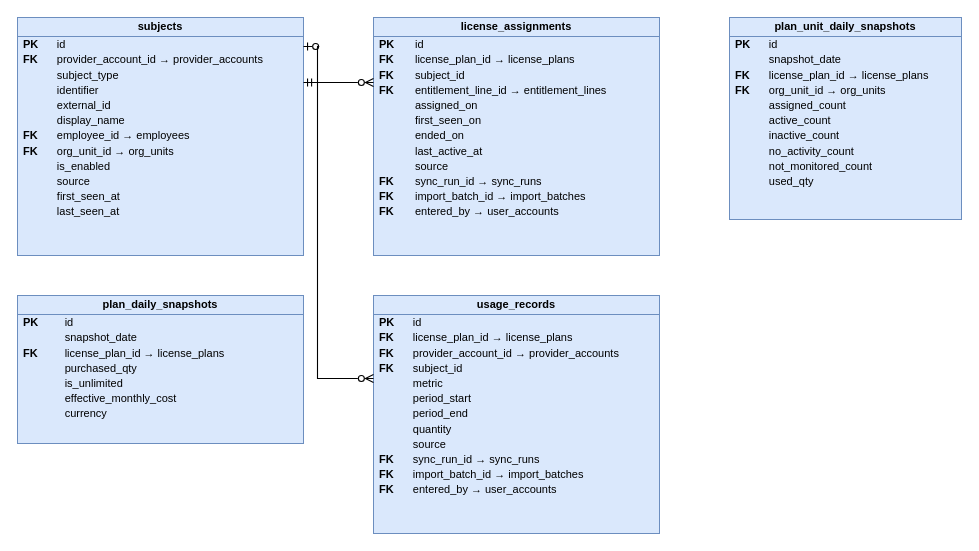
This is docs/database/diagrams/erd_holders_usage.drawio from cuonglpv/VFast, a draw.io file, before an edit. Source tidied: cells renumbered, new cells numbered last; positions are measured from the earlier drawing's top-left corner, leaving out a move shared by most shapes. Both pictures are drawn from the tidied source at 100%, with x=0, y=0 at pixel (17, 17).
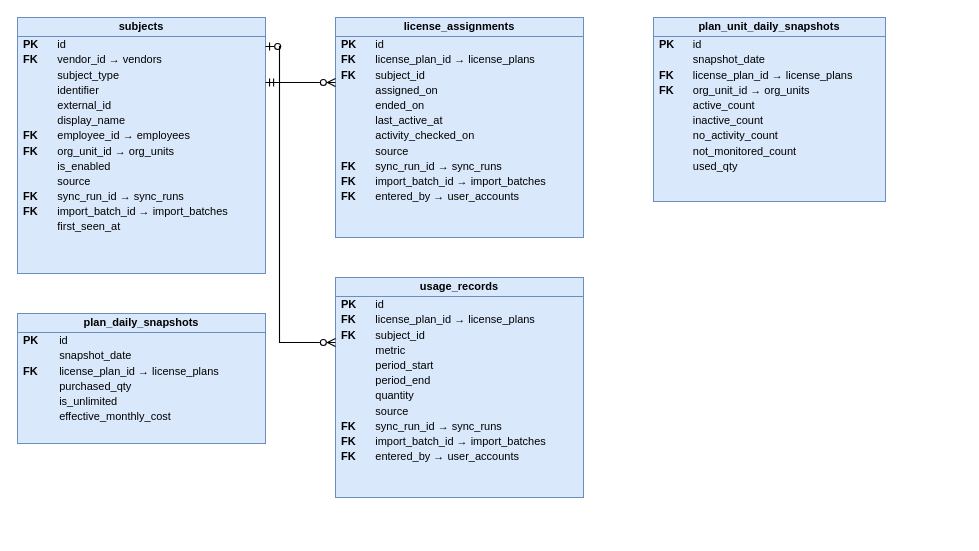
The same diagram, later.

What changed in the source:
```diff
@@
 <mxGraphModel>
   <root>
     <mxCell id="0" />
     <mxCell id="1" parent="0" />
-    <mxCell id="2" value="&lt;div style=&quot;font-weight:bold;text-align:center;padding:3px 0;border-bottom:1px solid #6C8EBF;&quot;&gt;subjects&lt;/div&gt;&lt;table style=&quot;width:100%;font-size:11px;border-collapse:collapse;&quot;&gt;&lt;tr&gt;&lt;td style=&quot;padding:1px 8px 1px 6px;&quot;&gt;&lt;b&gt;PK&lt;/b&gt;&lt;/td&gt;&lt;td style=&quot;padding:1px 6px;&quot;&gt;id&lt;/td&gt;&lt;/tr&gt;&lt;tr&gt;&lt;td style=&quot;padding:1px 8px 1px 6px;&quot;&gt;&lt;b&gt;FK&lt;/b&gt;&lt;/td&gt;&lt;td style=&quot;padding:1px 6px;&quot;&gt;provider_account_id → provider_accounts&lt;/td&gt;&lt;/tr&gt;&lt;tr&gt;&lt;td style=&quot;padding:1px 8px 1px 6px;&quot;&gt;&lt;b&gt;&lt;/b&gt;&lt;/td&gt;&lt;td style=&quot;padding:1px 6px;&quot;&gt;subject_type&lt;/td&gt;&lt;/tr&gt;&lt;tr&gt;&lt;td style=&quot;padding:1px 8px 1px 6px;&quot;&gt;&lt;b&gt;&lt;/b&gt;&lt;/td&gt;&lt;td style=&quot;padding:1px 6px;&quot;&gt;identifier&lt;/td&gt;&lt;/tr&gt;&lt;tr&gt;&lt;td style=&quot;padding:1px 8px 1px 6px;&quot;&gt;&lt;b&gt;&lt;/b&gt;&lt;/td&gt;&lt;td style=&quot;padding:1px 6px;&quot;&gt;external_id&lt;/td&gt;&lt;/tr&gt;&lt;tr&gt;&lt;td style=&quot;padding:1px 8px 1px 6px;&quot;&gt;&lt;b&gt;&lt;/b&gt;&lt;/td&gt;&lt;td style=&quot;padding:1px 6px;&quot;&gt;display_name&lt;/td&gt;&lt;/tr&gt;&lt;tr&gt;&lt;td style=&quot;padding:1px 8px 1px 6px;&quot;&gt;&lt;b&gt;FK&lt;/b&gt;&lt;/td&gt;&lt;td style=&quot;padding:1px 6px;&quot;&gt;employee_id → employees&lt;/td&gt;&lt;/tr&gt;&lt;tr&gt;&lt;td style=&quot;padding:1px 8px 1px 6px;&quot;&gt;&lt;b&gt;FK&lt;/b&gt;&lt;/td&gt;&lt;td style=&quot;padding:1px 6px;&quot;&gt;org_unit_id → org_units&lt;/td&gt;&lt;/tr&gt;&lt;tr&gt;&lt;td style=&quot;padding:1px 8px 1px 6px;&quot;&gt;&lt;b&gt;&lt;/b&gt;&lt;/td&gt;&lt;td style=&quot;padding:1px 6px;&quot;&gt;is_enabled&lt;/td&gt;&lt;/tr&gt;&lt;tr&gt;&lt;td style=&quot;padding:1px 8px 1px 6px;&quot;&gt;&lt;b&gt;&lt;/b&gt;&lt;/td&gt;&lt;td style=&quot;padding:1px 6px;&quot;&gt;source&lt;/td&gt;&lt;/tr&gt;&lt;tr&gt;&lt;td style=&quot;padding:1px 8px 1px 6px;&quot;&gt;&lt;b&gt;&lt;/b&gt;&lt;/td&gt;&lt;td style=&quot;padding:1px 6px;&quot;&gt;first_seen_at&lt;/td&gt;&lt;/tr&gt;&lt;tr&gt;&lt;td style=&quot;padding:1px 8px 1px 6px;&quot;&gt;&lt;b&gt;&lt;/b&gt;&lt;/td&gt;&lt;td style=&quot;padding:1px 6px;&quot;&gt;last_seen_at&lt;/td&gt;&lt;/tr&gt;&lt;/table&gt;" style="rounded=0;whiteSpace=wrap;html=1;verticalAlign=top;align=left;spacing=0;overflow=fill;fillColor=#DAE8FC;strokeColor=#6C8EBF;fontSize=11;" parent="1" vertex="1">
-      <mxGeometry width="286" height="238" as="geometry" />
+    <mxCell id="2" value="&lt;div style=&quot;font-weight:bold;text-align:center;padding:3px 0;border-bottom:1px solid #6C8EBF;&quot;&gt;subjects&lt;/div&gt;&lt;table style=&quot;width:100%;font-size:11px;border-collapse:collapse;&quot;&gt;&lt;tr&gt;&lt;td style=&quot;padding:1px 8px 1px 6px;&quot;&gt;&lt;b&gt;PK&lt;/b&gt;&lt;/td&gt;&lt;td style=&quot;padding:1px 6px;&quot;&gt;id&lt;/td&gt;&lt;/tr&gt;&lt;tr&gt;&lt;td style=&quot;padding:1px 8px 1px 6px;&quot;&gt;&lt;b&gt;FK&lt;/b&gt;&lt;/td&gt;&lt;td style=&quot;padding:1px 6px;&quot;&gt;vendor_id → vendors&lt;/td&gt;&lt;/tr&gt;&lt;tr&gt;&lt;td style=&quot;padding:1px 8px 1px 6px;&quot;&gt;&lt;b&gt;&lt;/b&gt;&lt;/td&gt;&lt;td style=&quot;padding:1px 6px;&quot;&gt;subject_type&lt;/td&gt;&lt;/tr&gt;&lt;tr&gt;&lt;td style=&quot;padding:1px 8px 1px 6px;&quot;&gt;&lt;b&gt;&lt;/b&gt;&lt;/td&gt;&lt;td style=&quot;padding:1px 6px;&quot;&gt;identifier&lt;/td&gt;&lt;/tr&gt;&lt;tr&gt;&lt;td style=&quot;padding:1px 8px 1px 6px;&quot;&gt;&lt;b&gt;&lt;/b&gt;&lt;/td&gt;&lt;td style=&quot;padding:1px 6px;&quot;&gt;external_id&lt;/td&gt;&lt;/tr&gt;&lt;tr&gt;&lt;td style=&quot;padding:1px 8px 1px 6px;&quot;&gt;&lt;b&gt;&lt;/b&gt;&lt;/td&gt;&lt;td style=&quot;padding:1px 6px;&quot;&gt;display_name&lt;/td&gt;&lt;/tr&gt;&lt;tr&gt;&lt;td style=&quot;padding:1px 8px 1px 6px;&quot;&gt;&lt;b&gt;FK&lt;/b&gt;&lt;/td&gt;&lt;td style=&quot;padding:1px 6px;&quot;&gt;employee_id → employees&lt;/td&gt;&lt;/tr&gt;&lt;tr&gt;&lt;td style=&quot;padding:1px 8px 1px 6px;&quot;&gt;&lt;b&gt;FK&lt;/b&gt;&lt;/td&gt;&lt;td style=&quot;padding:1px 6px;&quot;&gt;org_unit_id → org_units&lt;/td&gt;&lt;/tr&gt;&lt;tr&gt;&lt;td style=&quot;padding:1px 8px 1px 6px;&quot;&gt;&lt;b&gt;&lt;/b&gt;&lt;/td&gt;&lt;td style=&quot;padding:1px 6px;&quot;&gt;is_enabled&lt;/td&gt;&lt;/tr&gt;&lt;tr&gt;&lt;td style=&quot;padding:1px 8px 1px 6px;&quot;&gt;&lt;b&gt;&lt;/b&gt;&lt;/td&gt;&lt;td style=&quot;padding:1px 6px;&quot;&gt;source&lt;/td&gt;&lt;/tr&gt;&lt;tr&gt;&lt;td style=&quot;padding:1px 8px 1px 6px;&quot;&gt;&lt;b&gt;FK&lt;/b&gt;&lt;/td&gt;&lt;td style=&quot;padding:1px 6px;&quot;&gt;sync_run_id → sync_runs&lt;/td&gt;&lt;/tr&gt;&lt;tr&gt;&lt;td style=&quot;padding:1px 8px 1px 6px;&quot;&gt;&lt;b&gt;FK&lt;/b&gt;&lt;/td&gt;&lt;td style=&quot;padding:1px 6px;&quot;&gt;import_batch_id → import_batches&lt;/td&gt;&lt;/tr&gt;&lt;tr&gt;&lt;td style=&quot;padding:1px 8px 1px 6px;&quot;&gt;&lt;b&gt;&lt;/b&gt;&lt;/td&gt;&lt;td style=&quot;padding:1px 6px;&quot;&gt;first_seen_at&lt;/td&gt;&lt;/tr&gt;&lt;/table&gt;" style="rounded=0;whiteSpace=wrap;html=1;verticalAlign=top;align=left;spacing=0;overflow=fill;fillColor=#DAE8FC;strokeColor=#6C8EBF;fontSize=11;" parent="1" vertex="1">
+      <mxGeometry width="248" height="256" as="geometry" />
     </mxCell>
-    <mxCell id="3" value="&lt;div style=&quot;font-weight:bold;text-align:center;padding:3px 0;border-bottom:1px solid #6C8EBF;&quot;&gt;plan_daily_snapshots&lt;/div&gt;&lt;table style=&quot;width:100%;font-size:11px;border-collapse:collapse;&quot;&gt;&lt;tr&gt;&lt;td style=&quot;padding:1px 8px 1px 6px;&quot;&gt;&lt;b&gt;PK&lt;/b&gt;&lt;/td&gt;&lt;td style=&quot;padding:1px 6px;&quot;&gt;id&lt;/td&gt;&lt;/tr&gt;&lt;tr&gt;&lt;td style=&quot;padding:1px 8px 1px 6px;&quot;&gt;&lt;b&gt;&lt;/b&gt;&lt;/td&gt;&lt;td style=&quot;padding:1px 6px;&quot;&gt;snapshot_date&lt;/td&gt;&lt;/tr&gt;&lt;tr&gt;&lt;td style=&quot;padding:1px 8px 1px 6px;&quot;&gt;&lt;b&gt;FK&lt;/b&gt;&lt;/td&gt;&lt;td style=&quot;padding:1px 6px;&quot;&gt;license_plan_id → license_plans&lt;/td&gt;&lt;/tr&gt;&lt;tr&gt;&lt;td style=&quot;padding:1px 8px 1px 6px;&quot;&gt;&lt;b&gt;&lt;/b&gt;&lt;/td&gt;&lt;td style=&quot;padding:1px 6px;&quot;&gt;purchased_qty&lt;/td&gt;&lt;/tr&gt;&lt;tr&gt;&lt;td style=&quot;padding:1px 8px 1px 6px;&quot;&gt;&lt;b&gt;&lt;/b&gt;&lt;/td&gt;&lt;td style=&quot;padding:1px 6px;&quot;&gt;is_unlimited&lt;/td&gt;&lt;/tr&gt;&lt;tr&gt;&lt;td style=&quot;padding:1px 8px 1px 6px;&quot;&gt;&lt;b&gt;&lt;/b&gt;&lt;/td&gt;&lt;td style=&quot;padding:1px 6px;&quot;&gt;effective_monthly_cost&lt;/td&gt;&lt;/tr&gt;&lt;tr&gt;&lt;td style=&quot;padding:1px 8px 1px 6px;&quot;&gt;&lt;b&gt;&lt;/b&gt;&lt;/td&gt;&lt;td style=&quot;padding:1px 6px;&quot;&gt;currency&lt;/td&gt;&lt;/tr&gt;&lt;/table&gt;" style="rounded=0;whiteSpace=wrap;html=1;verticalAlign=top;align=left;spacing=0;overflow=fill;fillColor=#DAE8FC;strokeColor=#6C8EBF;fontSize=11;" parent="1" vertex="1">
-      <mxGeometry y="278" width="286" height="148" as="geometry" />
+    <mxCell id="3" value="&lt;div style=&quot;font-weight:bold;text-align:center;padding:3px 0;border-bottom:1px solid #6C8EBF;&quot;&gt;plan_daily_snapshots&lt;/div&gt;&lt;table style=&quot;width:100%;font-size:11px;border-collapse:collapse;&quot;&gt;&lt;tr&gt;&lt;td style=&quot;padding:1px 8px 1px 6px;&quot;&gt;&lt;b&gt;PK&lt;/b&gt;&lt;/td&gt;&lt;td style=&quot;padding:1px 6px;&quot;&gt;id&lt;/td&gt;&lt;/tr&gt;&lt;tr&gt;&lt;td style=&quot;padding:1px 8px 1px 6px;&quot;&gt;&lt;b&gt;&lt;/b&gt;&lt;/td&gt;&lt;td style=&quot;padding:1px 6px;&quot;&gt;snapshot_date&lt;/td&gt;&lt;/tr&gt;&lt;tr&gt;&lt;td style=&quot;padding:1px 8px 1px 6px;&quot;&gt;&lt;b&gt;FK&lt;/b&gt;&lt;/td&gt;&lt;td style=&quot;padding:1px 6px;&quot;&gt;license_plan_id → license_plans&lt;/td&gt;&lt;/tr&gt;&lt;tr&gt;&lt;td style=&quot;padding:1px 8px 1px 6px;&quot;&gt;&lt;b&gt;&lt;/b&gt;&lt;/td&gt;&lt;td style=&quot;padding:1px 6px;&quot;&gt;purchased_qty&lt;/td&gt;&lt;/tr&gt;&lt;tr&gt;&lt;td style=&quot;padding:1px 8px 1px 6px;&quot;&gt;&lt;b&gt;&lt;/b&gt;&lt;/td&gt;&lt;td style=&quot;padding:1px 6px;&quot;&gt;is_unlimited&lt;/td&gt;&lt;/tr&gt;&lt;tr&gt;&lt;td style=&quot;padding:1px 8px 1px 6px;&quot;&gt;&lt;b&gt;&lt;/b&gt;&lt;/td&gt;&lt;td style=&quot;padding:1px 6px;&quot;&gt;effective_monthly_cost&lt;/td&gt;&lt;/tr&gt;&lt;/table&gt;" style="rounded=0;whiteSpace=wrap;html=1;verticalAlign=top;align=left;spacing=0;overflow=fill;fillColor=#DAE8FC;strokeColor=#6C8EBF;fontSize=11;" parent="1" vertex="1">
+      <mxGeometry y="296" width="248" height="130" as="geometry" />
     </mxCell>
-    <mxCell id="4" value="&lt;div style=&quot;font-weight:bold;text-align:center;padding:3px 0;border-bottom:1px solid #6C8EBF;&quot;&gt;license_assignments&lt;/div&gt;&lt;table style=&quot;width:100%;font-size:11px;border-collapse:collapse;&quot;&gt;&lt;tr&gt;&lt;td style=&quot;padding:1px 8px 1px 6px;&quot;&gt;&lt;b&gt;PK&lt;/b&gt;&lt;/td&gt;&lt;td style=&quot;padding:1px 6px;&quot;&gt;id&lt;/td&gt;&lt;/tr&gt;&lt;tr&gt;&lt;td style=&quot;padding:1px 8px 1px 6px;&quot;&gt;&lt;b&gt;FK&lt;/b&gt;&lt;/td&gt;&lt;td style=&quot;padding:1px 6px;&quot;&gt;license_plan_id → license_plans&lt;/td&gt;&lt;/tr&gt;&lt;tr&gt;&lt;td style=&quot;padding:1px 8px 1px 6px;&quot;&gt;&lt;b&gt;FK&lt;/b&gt;&lt;/td&gt;&lt;td style=&quot;padding:1px 6px;&quot;&gt;subject_id&lt;/td&gt;&lt;/tr&gt;&lt;tr&gt;&lt;td style=&quot;padding:1px 8px 1px 6px;&quot;&gt;&lt;b&gt;FK&lt;/b&gt;&lt;/td&gt;&lt;td style=&quot;padding:1px 6px;&quot;&gt;entitlement_line_id → entitlement_lines&lt;/td&gt;&lt;/tr&gt;&lt;tr&gt;&lt;td style=&quot;padding:1px 8px 1px 6px;&quot;&gt;&lt;b&gt;&lt;/b&gt;&lt;/td&gt;&lt;td style=&quot;padding:1px 6px;&quot;&gt;assigned_on&lt;/td&gt;&lt;/tr&gt;&lt;tr&gt;&lt;td style=&quot;padding:1px 8px 1px 6px;&quot;&gt;&lt;b&gt;&lt;/b&gt;&lt;/td&gt;&lt;td style=&quot;padding:1px 6px;&quot;&gt;first_seen_on&lt;/td&gt;&lt;/tr&gt;&lt;tr&gt;&lt;td style=&quot;padding:1px 8px 1px 6px;&quot;&gt;&lt;b&gt;&lt;/b&gt;&lt;/td&gt;&lt;td style=&quot;padding:1px 6px;&quot;&gt;ended_on&lt;/td&gt;&lt;/tr&gt;&lt;tr&gt;&lt;td style=&quot;padding:1px 8px 1px 6px;&quot;&gt;&lt;b&gt;&lt;/b&gt;&lt;/td&gt;&lt;td style=&quot;padding:1px 6px;&quot;&gt;last_active_at&lt;/td&gt;&lt;/tr&gt;&lt;tr&gt;&lt;td style=&quot;padding:1px 8px 1px 6px;&quot;&gt;&lt;b&gt;&lt;/b&gt;&lt;/td&gt;&lt;td style=&quot;padding:1px 6px;&quot;&gt;source&lt;/td&gt;&lt;/tr&gt;&lt;tr&gt;&lt;td style=&quot;padding:1px 8px 1px 6px;&quot;&gt;&lt;b&gt;FK&lt;/b&gt;&lt;/td&gt;&lt;td style=&quot;padding:1px 6px;&quot;&gt;sync_run_id → sync_runs&lt;/td&gt;&lt;/tr&gt;&lt;tr&gt;&lt;td style=&quot;padding:1px 8px 1px 6px;&quot;&gt;&lt;b&gt;FK&lt;/b&gt;&lt;/td&gt;&lt;td style=&quot;padding:1px 6px;&quot;&gt;import_batch_id → import_batches&lt;/td&gt;&lt;/tr&gt;&lt;tr&gt;&lt;td style=&quot;padding:1px 8px 1px 6px;&quot;&gt;&lt;b&gt;FK&lt;/b&gt;&lt;/td&gt;&lt;td style=&quot;padding:1px 6px;&quot;&gt;entered_by → user_accounts&lt;/td&gt;&lt;/tr&gt;&lt;/table&gt;" style="rounded=0;whiteSpace=wrap;html=1;verticalAlign=top;align=left;spacing=0;overflow=fill;fillColor=#DAE8FC;strokeColor=#6C8EBF;fontSize=11;" parent="1" vertex="1">
-      <mxGeometry x="356" width="286" height="238" as="geometry" />
+    <mxCell id="4" value="&lt;div style=&quot;font-weight:bold;text-align:center;padding:3px 0;border-bottom:1px solid #6C8EBF;&quot;&gt;license_assignments&lt;/div&gt;&lt;table style=&quot;width:100%;font-size:11px;border-collapse:collapse;&quot;&gt;&lt;tr&gt;&lt;td style=&quot;padding:1px 8px 1px 6px;&quot;&gt;&lt;b&gt;PK&lt;/b&gt;&lt;/td&gt;&lt;td style=&quot;padding:1px 6px;&quot;&gt;id&lt;/td&gt;&lt;/tr&gt;&lt;tr&gt;&lt;td style=&quot;padding:1px 8px 1px 6px;&quot;&gt;&lt;b&gt;FK&lt;/b&gt;&lt;/td&gt;&lt;td style=&quot;padding:1px 6px;&quot;&gt;license_plan_id → license_plans&lt;/td&gt;&lt;/tr&gt;&lt;tr&gt;&lt;td style=&quot;padding:1px 8px 1px 6px;&quot;&gt;&lt;b&gt;FK&lt;/b&gt;&lt;/td&gt;&lt;td style=&quot;padding:1px 6px;&quot;&gt;subject_id&lt;/td&gt;&lt;/tr&gt;&lt;tr&gt;&lt;td style=&quot;padding:1px 8px 1px 6px;&quot;&gt;&lt;b&gt;&lt;/b&gt;&lt;/td&gt;&lt;td style=&quot;padding:1px 6px;&quot;&gt;assigned_on&lt;/td&gt;&lt;/tr&gt;&lt;tr&gt;&lt;td style=&quot;padding:1px 8px 1px 6px;&quot;&gt;&lt;b&gt;&lt;/b&gt;&lt;/td&gt;&lt;td style=&quot;padding:1px 6px;&quot;&gt;ended_on&lt;/td&gt;&lt;/tr&gt;&lt;tr&gt;&lt;td style=&quot;padding:1px 8px 1px 6px;&quot;&gt;&lt;b&gt;&lt;/b&gt;&lt;/td&gt;&lt;td style=&quot;padding:1px 6px;&quot;&gt;last_active_at&lt;/td&gt;&lt;/tr&gt;&lt;tr&gt;&lt;td style=&quot;padding:1px 8px 1px 6px;&quot;&gt;&lt;b&gt;&lt;/b&gt;&lt;/td&gt;&lt;td style=&quot;padding:1px 6px;&quot;&gt;activity_checked_on&lt;/td&gt;&lt;/tr&gt;&lt;tr&gt;&lt;td style=&quot;padding:1px 8px 1px 6px;&quot;&gt;&lt;b&gt;&lt;/b&gt;&lt;/td&gt;&lt;td style=&quot;padding:1px 6px;&quot;&gt;source&lt;/td&gt;&lt;/tr&gt;&lt;tr&gt;&lt;td style=&quot;padding:1px 8px 1px 6px;&quot;&gt;&lt;b&gt;FK&lt;/b&gt;&lt;/td&gt;&lt;td style=&quot;padding:1px 6px;&quot;&gt;sync_run_id → sync_runs&lt;/td&gt;&lt;/tr&gt;&lt;tr&gt;&lt;td style=&quot;padding:1px 8px 1px 6px;&quot;&gt;&lt;b&gt;FK&lt;/b&gt;&lt;/td&gt;&lt;td style=&quot;padding:1px 6px;&quot;&gt;import_batch_id → import_batches&lt;/td&gt;&lt;/tr&gt;&lt;tr&gt;&lt;td style=&quot;padding:1px 8px 1px 6px;&quot;&gt;&lt;b&gt;FK&lt;/b&gt;&lt;/td&gt;&lt;td style=&quot;padding:1px 6px;&quot;&gt;entered_by → user_accounts&lt;/td&gt;&lt;/tr&gt;&lt;/table&gt;" style="rounded=0;whiteSpace=wrap;html=1;verticalAlign=top;align=left;spacing=0;overflow=fill;fillColor=#DAE8FC;strokeColor=#6C8EBF;fontSize=11;" parent="1" vertex="1">
+      <mxGeometry x="318" width="248" height="220" as="geometry" />
     </mxCell>
-    <mxCell id="5" value="&lt;div style=&quot;font-weight:bold;text-align:center;padding:3px 0;border-bottom:1px solid #6C8EBF;&quot;&gt;usage_records&lt;/div&gt;&lt;table style=&quot;width:100%;font-size:11px;border-collapse:collapse;&quot;&gt;&lt;tr&gt;&lt;td style=&quot;padding:1px 8px 1px 6px;&quot;&gt;&lt;b&gt;PK&lt;/b&gt;&lt;/td&gt;&lt;td style=&quot;padding:1px 6px;&quot;&gt;id&lt;/td&gt;&lt;/tr&gt;&lt;tr&gt;&lt;td style=&quot;padding:1px 8px 1px 6px;&quot;&gt;&lt;b&gt;FK&lt;/b&gt;&lt;/td&gt;&lt;td style=&quot;padding:1px 6px;&quot;&gt;license_plan_id → license_plans&lt;/td&gt;&lt;/tr&gt;&lt;tr&gt;&lt;td style=&quot;padding:1px 8px 1px 6px;&quot;&gt;&lt;b&gt;FK&lt;/b&gt;&lt;/td&gt;&lt;td style=&quot;padding:1px 6px;&quot;&gt;provider_account_id → provider_accounts&lt;/td&gt;&lt;/tr&gt;&lt;tr&gt;&lt;td style=&quot;padding:1px 8px 1px 6px;&quot;&gt;&lt;b&gt;FK&lt;/b&gt;&lt;/td&gt;&lt;td style=&quot;padding:1px 6px;&quot;&gt;subject_id&lt;/td&gt;&lt;/tr&gt;&lt;tr&gt;&lt;td style=&quot;padding:1px 8px 1px 6px;&quot;&gt;&lt;b&gt;&lt;/b&gt;&lt;/td&gt;&lt;td style=&quot;padding:1px 6px;&quot;&gt;metric&lt;/td&gt;&lt;/tr&gt;&lt;tr&gt;&lt;td style=&quot;padding:1px 8px 1px 6px;&quot;&gt;&lt;b&gt;&lt;/b&gt;&lt;/td&gt;&lt;td style=&quot;padding:1px 6px;&quot;&gt;period_start&lt;/td&gt;&lt;/tr&gt;&lt;tr&gt;&lt;td style=&quot;padding:1px 8px 1px 6px;&quot;&gt;&lt;b&gt;&lt;/b&gt;&lt;/td&gt;&lt;td style=&quot;padding:1px 6px;&quot;&gt;period_end&lt;/td&gt;&lt;/tr&gt;&lt;tr&gt;&lt;td style=&quot;padding:1px 8px 1px 6px;&quot;&gt;&lt;b&gt;&lt;/b&gt;&lt;/td&gt;&lt;td style=&quot;padding:1px 6px;&quot;&gt;quantity&lt;/td&gt;&lt;/tr&gt;&lt;tr&gt;&lt;td style=&quot;padding:1px 8px 1px 6px;&quot;&gt;&lt;b&gt;&lt;/b&gt;&lt;/td&gt;&lt;td style=&quot;padding:1px 6px;&quot;&gt;source&lt;/td&gt;&lt;/tr&gt;&lt;tr&gt;&lt;td style=&quot;padding:1px 8px 1px 6px;&quot;&gt;&lt;b&gt;FK&lt;/b&gt;&lt;/td&gt;&lt;td style=&quot;padding:1px 6px;&quot;&gt;sync_run_id → sync_runs&lt;/td&gt;&lt;/tr&gt;&lt;tr&gt;&lt;td style=&quot;padding:1px 8px 1px 6px;&quot;&gt;&lt;b&gt;FK&lt;/b&gt;&lt;/td&gt;&lt;td style=&quot;padding:1px 6px;&quot;&gt;import_batch_id → import_batches&lt;/td&gt;&lt;/tr&gt;&lt;tr&gt;&lt;td style=&quot;padding:1px 8px 1px 6px;&quot;&gt;&lt;b&gt;FK&lt;/b&gt;&lt;/td&gt;&lt;td style=&quot;padding:1px 6px;&quot;&gt;entered_by → user_accounts&lt;/td&gt;&lt;/tr&gt;&lt;/table&gt;" style="rounded=0;whiteSpace=wrap;html=1;verticalAlign=top;align=left;spacing=0;overflow=fill;fillColor=#DAE8FC;strokeColor=#6C8EBF;fontSize=11;" parent="1" vertex="1">
-      <mxGeometry x="356" y="278" width="286" height="238" as="geometry" />
+    <mxCell id="5" value="&lt;div style=&quot;font-weight:bold;text-align:center;padding:3px 0;border-bottom:1px solid #6C8EBF;&quot;&gt;usage_records&lt;/div&gt;&lt;table style=&quot;width:100%;font-size:11px;border-collapse:collapse;&quot;&gt;&lt;tr&gt;&lt;td style=&quot;padding:1px 8px 1px 6px;&quot;&gt;&lt;b&gt;PK&lt;/b&gt;&lt;/td&gt;&lt;td style=&quot;padding:1px 6px;&quot;&gt;id&lt;/td&gt;&lt;/tr&gt;&lt;tr&gt;&lt;td style=&quot;padding:1px 8px 1px 6px;&quot;&gt;&lt;b&gt;FK&lt;/b&gt;&lt;/td&gt;&lt;td style=&quot;padding:1px 6px;&quot;&gt;license_plan_id → license_plans&lt;/td&gt;&lt;/tr&gt;&lt;tr&gt;&lt;td style=&quot;padding:1px 8px 1px 6px;&quot;&gt;&lt;b&gt;FK&lt;/b&gt;&lt;/td&gt;&lt;td style=&quot;padding:1px 6px;&quot;&gt;subject_id&lt;/td&gt;&lt;/tr&gt;&lt;tr&gt;&lt;td style=&quot;padding:1px 8px 1px 6px;&quot;&gt;&lt;b&gt;&lt;/b&gt;&lt;/td&gt;&lt;td style=&quot;padding:1px 6px;&quot;&gt;metric&lt;/td&gt;&lt;/tr&gt;&lt;tr&gt;&lt;td style=&quot;padding:1px 8px 1px 6px;&quot;&gt;&lt;b&gt;&lt;/b&gt;&lt;/td&gt;&lt;td style=&quot;padding:1px 6px;&quot;&gt;period_start&lt;/td&gt;&lt;/tr&gt;&lt;tr&gt;&lt;td style=&quot;padding:1px 8px 1px 6px;&quot;&gt;&lt;b&gt;&lt;/b&gt;&lt;/td&gt;&lt;td style=&quot;padding:1px 6px;&quot;&gt;period_end&lt;/td&gt;&lt;/tr&gt;&lt;tr&gt;&lt;td style=&quot;padding:1px 8px 1px 6px;&quot;&gt;&lt;b&gt;&lt;/b&gt;&lt;/td&gt;&lt;td style=&quot;padding:1px 6px;&quot;&gt;quantity&lt;/td&gt;&lt;/tr&gt;&lt;tr&gt;&lt;td style=&quot;padding:1px 8px 1px 6px;&quot;&gt;&lt;b&gt;&lt;/b&gt;&lt;/td&gt;&lt;td style=&quot;padding:1px 6px;&quot;&gt;source&lt;/td&gt;&lt;/tr&gt;&lt;tr&gt;&lt;td style=&quot;padding:1px 8px 1px 6px;&quot;&gt;&lt;b&gt;FK&lt;/b&gt;&lt;/td&gt;&lt;td style=&quot;padding:1px 6px;&quot;&gt;sync_run_id → sync_runs&lt;/td&gt;&lt;/tr&gt;&lt;tr&gt;&lt;td style=&quot;padding:1px 8px 1px 6px;&quot;&gt;&lt;b&gt;FK&lt;/b&gt;&lt;/td&gt;&lt;td style=&quot;padding:1px 6px;&quot;&gt;import_batch_id → import_batches&lt;/td&gt;&lt;/tr&gt;&lt;tr&gt;&lt;td style=&quot;padding:1px 8px 1px 6px;&quot;&gt;&lt;b&gt;FK&lt;/b&gt;&lt;/td&gt;&lt;td style=&quot;padding:1px 6px;&quot;&gt;entered_by → user_accounts&lt;/td&gt;&lt;/tr&gt;&lt;/table&gt;" style="rounded=0;whiteSpace=wrap;html=1;verticalAlign=top;align=left;spacing=0;overflow=fill;fillColor=#DAE8FC;strokeColor=#6C8EBF;fontSize=11;" parent="1" vertex="1">
+      <mxGeometry x="318" y="260" width="248" height="220" as="geometry" />
     </mxCell>
-    <mxCell id="6" value="&lt;div style=&quot;font-weight:bold;text-align:center;padding:3px 0;border-bottom:1px solid #6C8EBF;&quot;&gt;plan_unit_daily_snapshots&lt;/div&gt;&lt;table style=&quot;width:100%;font-size:11px;border-collapse:collapse;&quot;&gt;&lt;tr&gt;&lt;td style=&quot;padding:1px 8px 1px 6px;&quot;&gt;&lt;b&gt;PK&lt;/b&gt;&lt;/td&gt;&lt;td style=&quot;padding:1px 6px;&quot;&gt;id&lt;/td&gt;&lt;/tr&gt;&lt;tr&gt;&lt;td style=&quot;padding:1px 8px 1px 6px;&quot;&gt;&lt;b&gt;&lt;/b&gt;&lt;/td&gt;&lt;td style=&quot;padding:1px 6px;&quot;&gt;snapshot_date&lt;/td&gt;&lt;/tr&gt;&lt;tr&gt;&lt;td style=&quot;padding:1px 8px 1px 6px;&quot;&gt;&lt;b&gt;FK&lt;/b&gt;&lt;/td&gt;&lt;td style=&quot;padding:1px 6px;&quot;&gt;license_plan_id → license_plans&lt;/td&gt;&lt;/tr&gt;&lt;tr&gt;&lt;td style=&quot;padding:1px 8px 1px 6px;&quot;&gt;&lt;b&gt;FK&lt;/b&gt;&lt;/td&gt;&lt;td style=&quot;padding:1px 6px;&quot;&gt;org_unit_id → org_units&lt;/td&gt;&lt;/tr&gt;&lt;tr&gt;&lt;td style=&quot;padding:1px 8px 1px 6px;&quot;&gt;&lt;b&gt;&lt;/b&gt;&lt;/td&gt;&lt;td style=&quot;padding:1px 6px;&quot;&gt;assigned_count&lt;/td&gt;&lt;/tr&gt;&lt;tr&gt;&lt;td style=&quot;padding:1px 8px 1px 6px;&quot;&gt;&lt;b&gt;&lt;/b&gt;&lt;/td&gt;&lt;td style=&quot;padding:1px 6px;&quot;&gt;active_count&lt;/td&gt;&lt;/tr&gt;&lt;tr&gt;&lt;td style=&quot;padding:1px 8px 1px 6px;&quot;&gt;&lt;b&gt;&lt;/b&gt;&lt;/td&gt;&lt;td style=&quot;padding:1px 6px;&quot;&gt;inactive_count&lt;/td&gt;&lt;/tr&gt;&lt;tr&gt;&lt;td style=&quot;padding:1px 8px 1px 6px;&quot;&gt;&lt;b&gt;&lt;/b&gt;&lt;/td&gt;&lt;td style=&quot;padding:1px 6px;&quot;&gt;no_activity_count&lt;/td&gt;&lt;/tr&gt;&lt;tr&gt;&lt;td style=&quot;padding:1px 8px 1px 6px;&quot;&gt;&lt;b&gt;&lt;/b&gt;&lt;/td&gt;&lt;td style=&quot;padding:1px 6px;&quot;&gt;not_monitored_count&lt;/td&gt;&lt;/tr&gt;&lt;tr&gt;&lt;td style=&quot;padding:1px 8px 1px 6px;&quot;&gt;&lt;b&gt;&lt;/b&gt;&lt;/td&gt;&lt;td style=&quot;padding:1px 6px;&quot;&gt;used_qty&lt;/td&gt;&lt;/tr&gt;&lt;/table&gt;" style="rounded=0;whiteSpace=wrap;html=1;verticalAlign=top;align=left;spacing=0;overflow=fill;fillColor=#DAE8FC;strokeColor=#6C8EBF;fontSize=11;" parent="1" vertex="1">
-      <mxGeometry x="712" width="232" height="202" as="geometry" />
+    <mxCell id="6" value="&lt;div style=&quot;font-weight:bold;text-align:center;padding:3px 0;border-bottom:1px solid #6C8EBF;&quot;&gt;plan_unit_daily_snapshots&lt;/div&gt;&lt;table style=&quot;width:100%;font-size:11px;border-collapse:collapse;&quot;&gt;&lt;tr&gt;&lt;td style=&quot;padding:1px 8px 1px 6px;&quot;&gt;&lt;b&gt;PK&lt;/b&gt;&lt;/td&gt;&lt;td style=&quot;padding:1px 6px;&quot;&gt;id&lt;/td&gt;&lt;/tr&gt;&lt;tr&gt;&lt;td style=&quot;padding:1px 8px 1px 6px;&quot;&gt;&lt;b&gt;&lt;/b&gt;&lt;/td&gt;&lt;td style=&quot;padding:1px 6px;&quot;&gt;snapshot_date&lt;/td&gt;&lt;/tr&gt;&lt;tr&gt;&lt;td style=&quot;padding:1px 8px 1px 6px;&quot;&gt;&lt;b&gt;FK&lt;/b&gt;&lt;/td&gt;&lt;td style=&quot;padding:1px 6px;&quot;&gt;license_plan_id → license_plans&lt;/td&gt;&lt;/tr&gt;&lt;tr&gt;&lt;td style=&quot;padding:1px 8px 1px 6px;&quot;&gt;&lt;b&gt;FK&lt;/b&gt;&lt;/td&gt;&lt;td style=&quot;padding:1px 6px;&quot;&gt;org_unit_id → org_units&lt;/td&gt;&lt;/tr&gt;&lt;tr&gt;&lt;td style=&quot;padding:1px 8px 1px 6px;&quot;&gt;&lt;b&gt;&lt;/b&gt;&lt;/td&gt;&lt;td style=&quot;padding:1px 6px;&quot;&gt;active_count&lt;/td&gt;&lt;/tr&gt;&lt;tr&gt;&lt;td style=&quot;padding:1px 8px 1px 6px;&quot;&gt;&lt;b&gt;&lt;/b&gt;&lt;/td&gt;&lt;td style=&quot;padding:1px 6px;&quot;&gt;inactive_count&lt;/td&gt;&lt;/tr&gt;&lt;tr&gt;&lt;td style=&quot;padding:1px 8px 1px 6px;&quot;&gt;&lt;b&gt;&lt;/b&gt;&lt;/td&gt;&lt;td style=&quot;padding:1px 6px;&quot;&gt;no_activity_count&lt;/td&gt;&lt;/tr&gt;&lt;tr&gt;&lt;td style=&quot;padding:1px 8px 1px 6px;&quot;&gt;&lt;b&gt;&lt;/b&gt;&lt;/td&gt;&lt;td style=&quot;padding:1px 6px;&quot;&gt;not_monitored_count&lt;/td&gt;&lt;/tr&gt;&lt;tr&gt;&lt;td style=&quot;padding:1px 8px 1px 6px;&quot;&gt;&lt;b&gt;&lt;/b&gt;&lt;/td&gt;&lt;td style=&quot;padding:1px 6px;&quot;&gt;used_qty&lt;/td&gt;&lt;/tr&gt;&lt;/table&gt;" style="rounded=0;whiteSpace=wrap;html=1;verticalAlign=top;align=left;spacing=0;overflow=fill;fillColor=#DAE8FC;strokeColor=#6C8EBF;fontSize=11;" parent="1" vertex="1">
+      <mxGeometry x="636" width="232" height="184" as="geometry" />
     </mxCell>
     <mxCell id="7" style="html=1;rounded=0;endArrow=ERzeroToMany;endFill=0;startArrow=ERzeroToOne;startFill=0;strokeColor=#000000;strokeWidth=1.1;" parent="1" edge="1">
       <mxGeometry relative="1" as="geometry">
-        <mxPoint x="286" y="29" as="sourcePoint" />
-        <mxPoint x="356" y="361" as="targetPoint" />
+        <mxPoint x="248" y="29" as="sourcePoint" />
+        <mxPoint x="318" y="325" as="targetPoint" />
         <Array as="points">
-          <mxPoint x="300" y="29" />
-          <mxPoint x="300" y="361" />
+          <mxPoint x="262" y="29" />
+          <mxPoint x="262" y="325" />
         </Array>
       </mxGeometry>
     </mxCell>
     <mxCell id="8" style="html=1;rounded=0;endArrow=ERzeroToMany;endFill=0;startArrow=ERmandOne;startFill=0;strokeColor=#000000;strokeWidth=1.1;" parent="1" edge="1">
       <mxGeometry relative="1" as="geometry">
-        <mxPoint x="286" y="65" as="sourcePoint" />
-        <mxPoint x="356" y="65" as="targetPoint" />
+        <mxPoint x="248" y="65" as="sourcePoint" />
+        <mxPoint x="318" y="65" as="targetPoint" />
       </mxGeometry>
     </mxCell>
   </root>
 </mxGraphModel>
```
